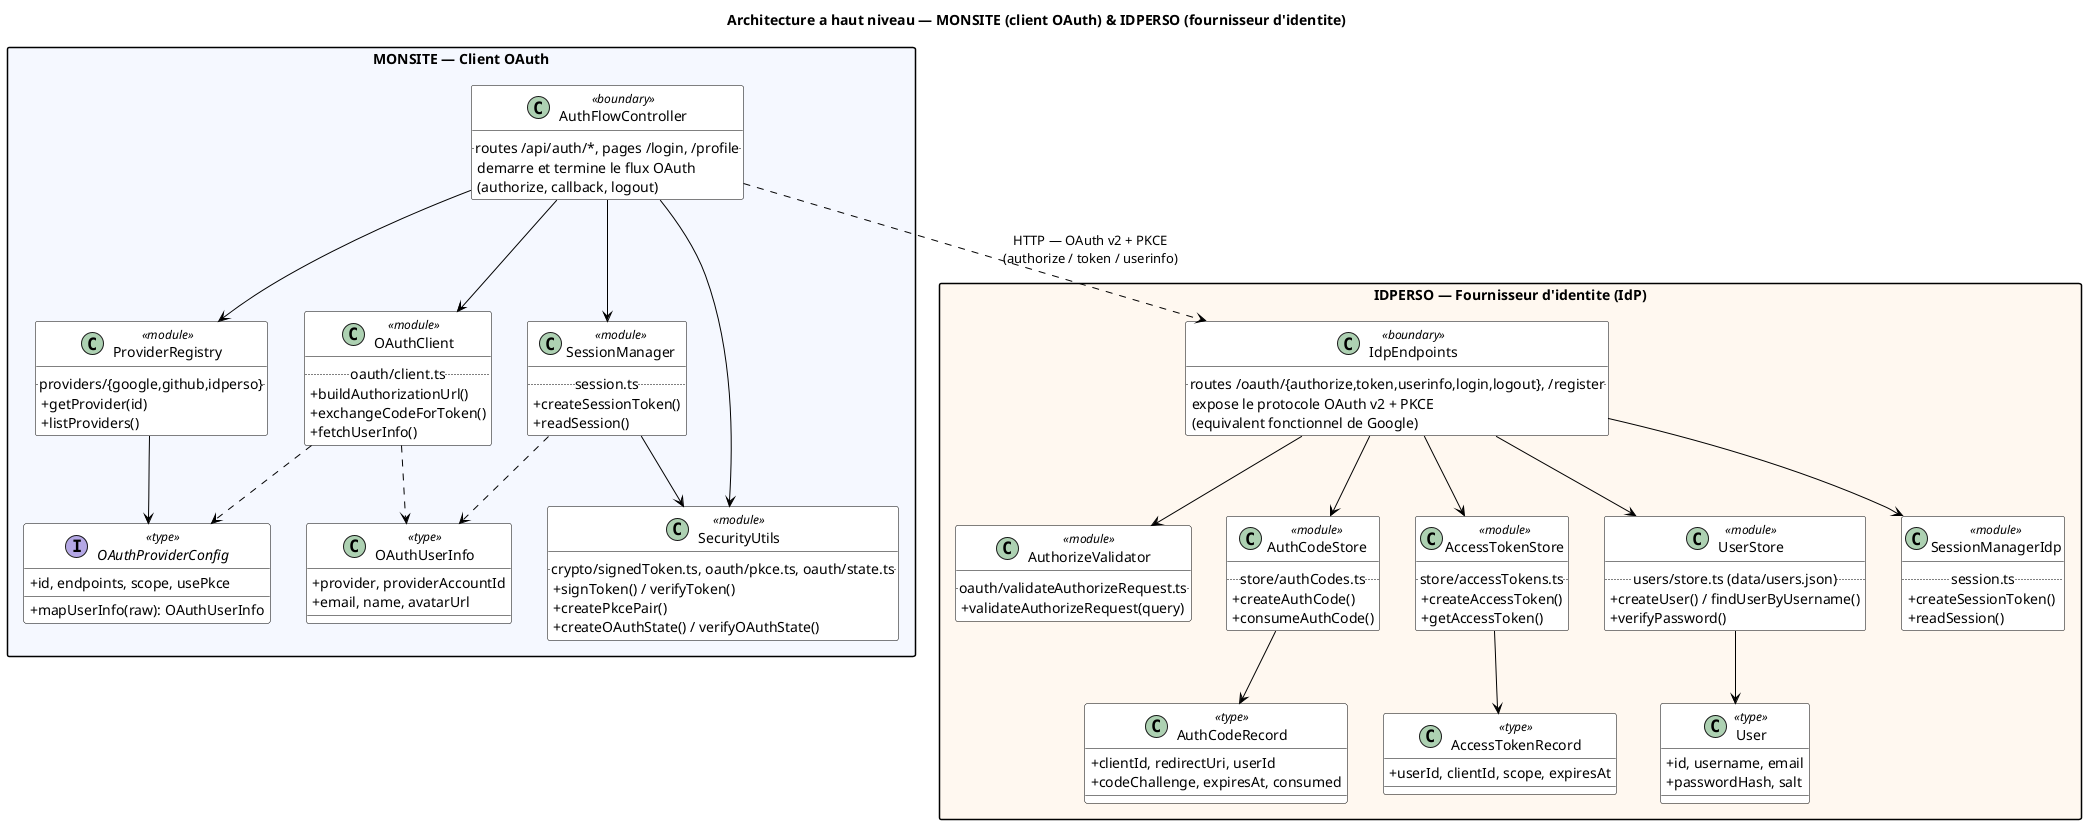
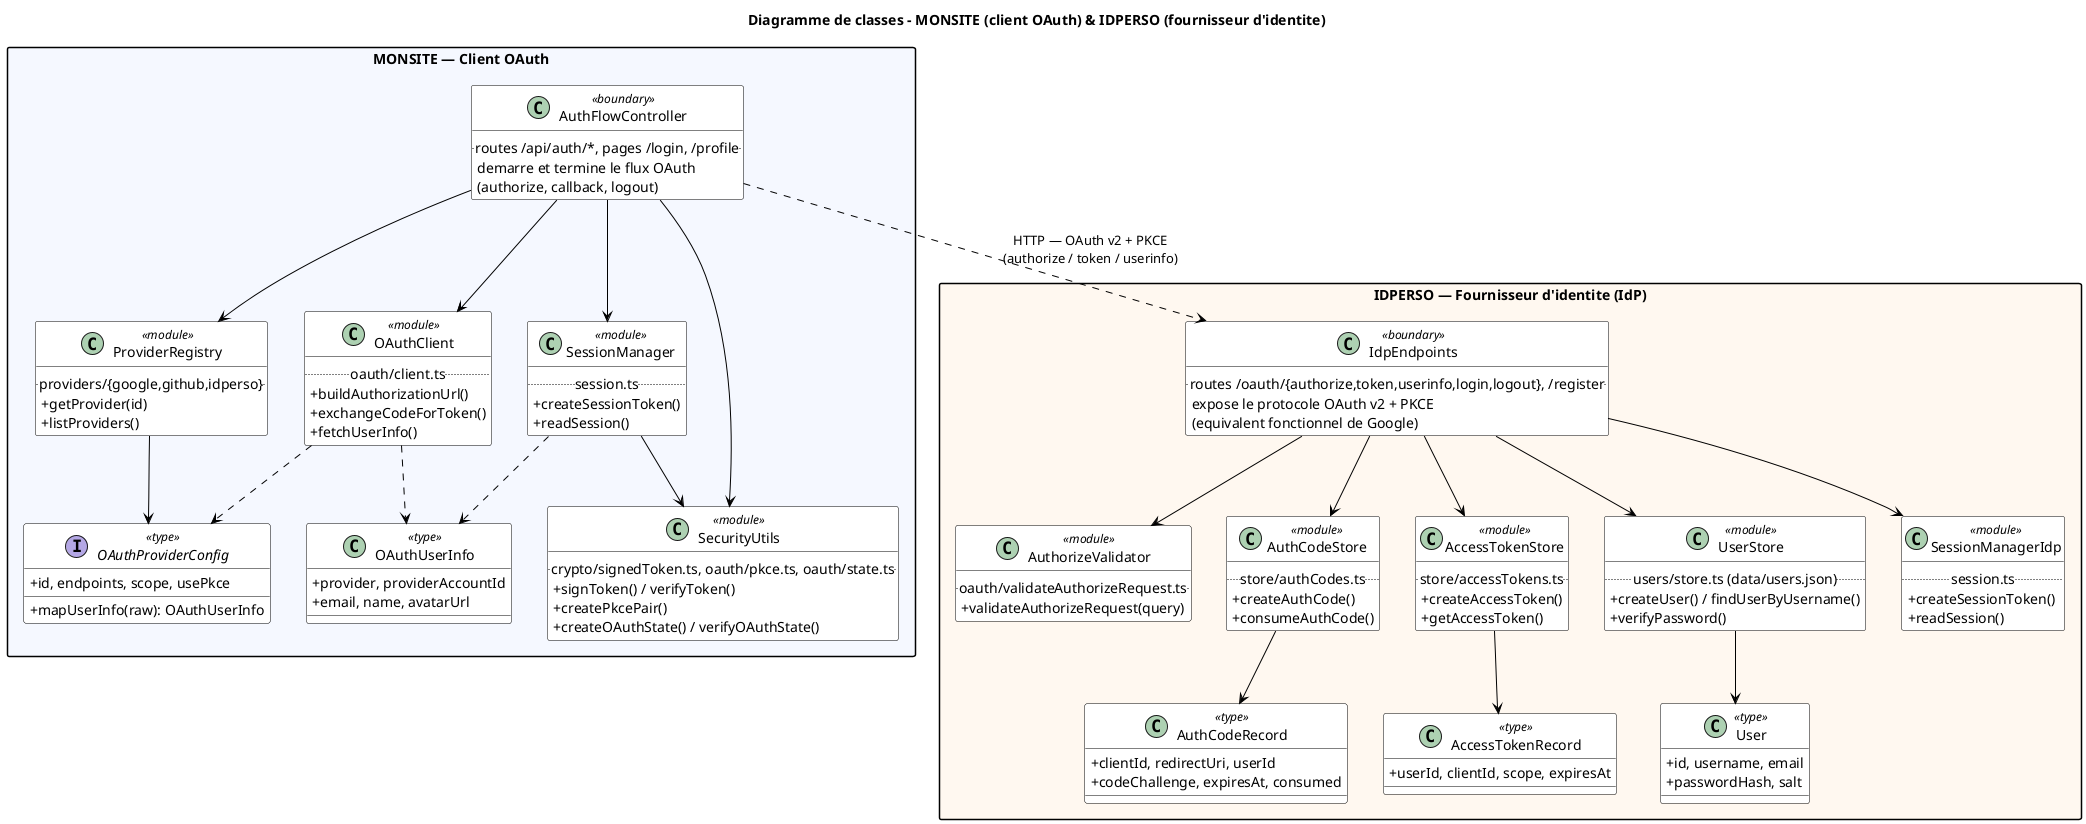
@startuml diagram_class
+ 
+ title Diagramme de classes - MONSITE (client OAuth) & IDPERSO (fournisseur d'identite)

skinparam classAttributeIconSize 0
skinparam packageStyle rectangle
skinparam shadowing false
skinparam class {
  BackgroundColor White
  BorderColor Black
  ArrowColor Black
}
- 
- title Architecture a haut niveau — MONSITE (client OAuth) & IDPERSO (fournisseur d'identite)

package "MONSITE — Client OAuth" #F5F8FF {

  interface OAuthProviderConfig <<type>> {
    +id, endpoints, scope, usePkce
    +mapUserInfo(raw): OAuthUserInfo
  }

  class OAuthUserInfo <<type>> {
    +provider, providerAccountId
    +email, name, avatarUrl
  }

  class ProviderRegistry <<module>> {
    .. providers/{google,github,idperso} ..
    +getProvider(id)
    +listProviders()
  }

  class OAuthClient <<module>> {
    .. oauth/client.ts ..
    +buildAuthorizationUrl()
    +exchangeCodeForToken()
    +fetchUserInfo()
  }

  class SecurityUtils <<module>> {
    .. crypto/signedToken.ts, oauth/pkce.ts, oauth/state.ts ..
    +signToken() / verifyToken()
    +createPkcePair()
    +createOAuthState() / verifyOAuthState()
  }

  class SessionManager <<module>> {
    .. session.ts ..
    +createSessionToken()
    +readSession()
  }

  class AuthFlowController <<boundary>> {
    .. routes /api/auth/*, pages /login, /profile ..
    demarre et termine le flux OAuth
    (authorize, callback, logout)
  }

  AuthFlowController --> ProviderRegistry
  AuthFlowController --> OAuthClient
  AuthFlowController --> SecurityUtils
  AuthFlowController --> SessionManager
  ProviderRegistry --> OAuthProviderConfig
  OAuthClient ..> OAuthProviderConfig
  OAuthClient ..> OAuthUserInfo
  SessionManager --> SecurityUtils
  SessionManager ..> OAuthUserInfo
}

package "IDPERSO — Fournisseur d'identite (IdP)" #FFF8F0 {

  class AuthorizeValidator <<module>> {
    .. oauth/validateAuthorizeRequest.ts ..
    +validateAuthorizeRequest(query)
  }

  class AuthCodeStore <<module>> {
    .. store/authCodes.ts ..
    +createAuthCode()
    +consumeAuthCode()
  }
  class AuthCodeRecord <<type>> {
    +clientId, redirectUri, userId
    +codeChallenge, expiresAt, consumed
  }

  class AccessTokenStore <<module>> {
    .. store/accessTokens.ts ..
    +createAccessToken()
    +getAccessToken()
  }
  class AccessTokenRecord <<type>> {
    +userId, clientId, scope, expiresAt
  }

  class UserStore <<module>> {
    .. users/store.ts (data/users.json) ..
    +createUser() / findUserByUsername()
    +verifyPassword()
  }
  class User <<type>> {
    +id, username, email
    +passwordHash, salt
  }

  class SessionManagerIdp <<module>> {
    .. session.ts ..
    +createSessionToken()
    +readSession()
  }

  class IdpEndpoints <<boundary>> {
    .. routes /oauth/{authorize,token,userinfo,login,logout}, /register ..
    expose le protocole OAuth v2 + PKCE
    (equivalent fonctionnel de Google)
  }

  IdpEndpoints --> AuthorizeValidator
  IdpEndpoints --> AuthCodeStore
  IdpEndpoints --> AccessTokenStore
  IdpEndpoints --> UserStore
  IdpEndpoints --> SessionManagerIdp
  AuthCodeStore --> AuthCodeRecord
  AccessTokenStore --> AccessTokenRecord
  UserStore --> User
}

AuthFlowController ..> IdpEndpoints : HTTP — OAuth v2 + PKCE\n(authorize / token / userinfo)

@enduml
